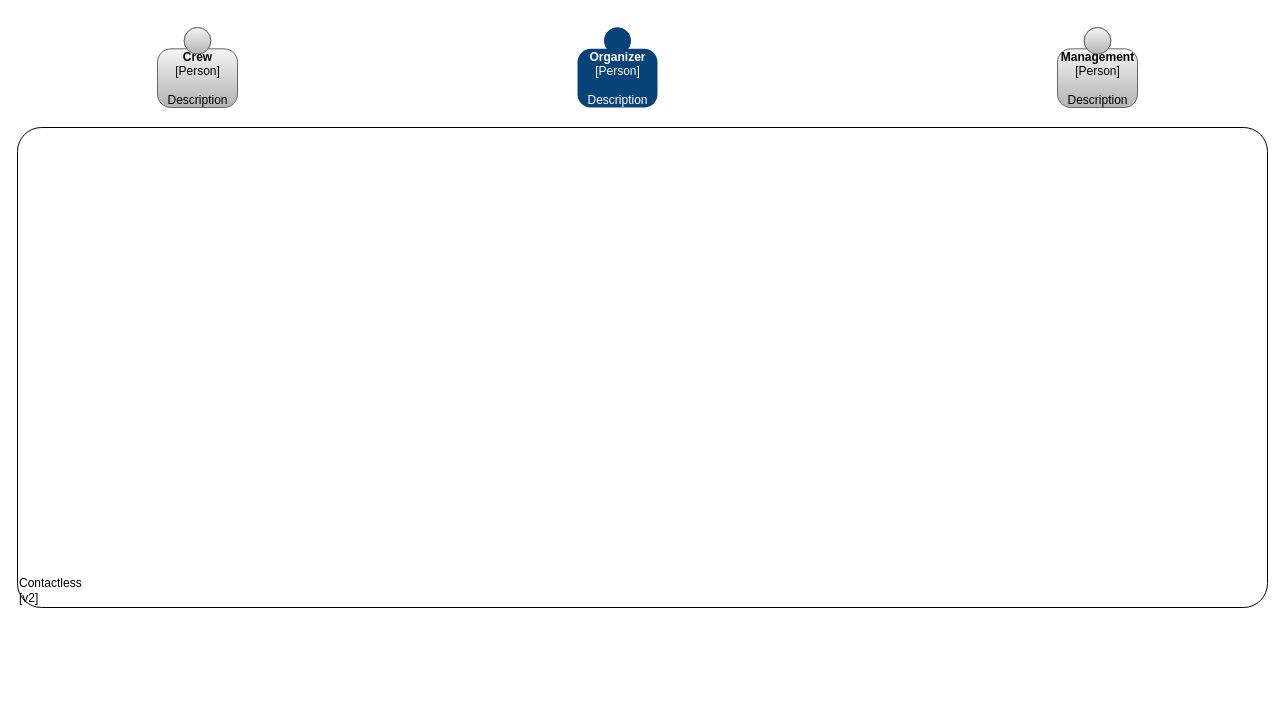
Before: Untitled Diagram.drawio in mbiomee/bshub, a draw.io diagram. Source tidied: cells renumbered, new cells numbered last; positions are measured from the earlier drawing's top-left corner, leaving out a move shared by most shapes. Both pictures are drawn from the tidied source at 100%, with x=0, y=0 at pixel (17, 27).
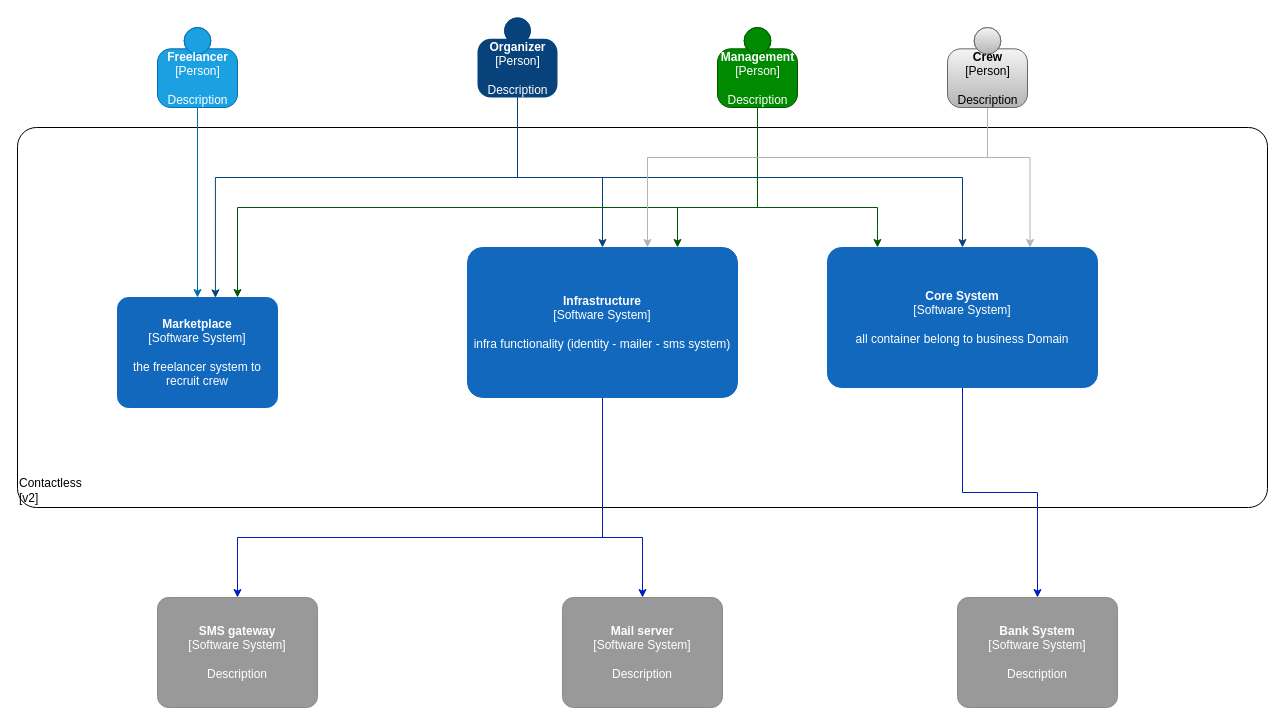
Above is the later version.

Diff of the diagram source:
```diff
@@
+    <object id="5" label="&lt;div style=&quot;text-align: left&quot;&gt;%c4Name%&lt;/div&gt;&lt;div style=&quot;text-align: left&quot;&gt;[%c4Application%]&lt;/div&gt;" c4Application="v2" c4Name="Contactless " placeholders="1">
+      <mxCell style="rounded=1;whiteSpace=wrap;html=1;labelBackgroundColor=none;fillColor=#ffffff;fontColor=#000000;align=left;arcSize=5;strokeColor=#000000;verticalAlign=bottom;metaData={&quot;c4Type&quot;:{&quot;editable&quot;:false}};" parent="1" vertex="1">
+        <mxGeometry y="100" width="1250" height="380" as="geometry" />
+      </mxCell>
+    </object>
+    <mxCell id="6" style="edgeStyle=orthogonalEdgeStyle;rounded=0;jettySize=auto;html=1;exitX=0.5;exitY=1;exitDx=0;exitDy=0;exitPerimeter=0;entryX=0.612;entryY=0.003;entryDx=0;entryDy=0;entryPerimeter=0;strokeColor=#08427B;" parent="1" edge="1" source="2" target="19">
+      <mxGeometry relative="1" as="geometry">
+        <Array as="points">
+          <mxPoint x="500" y="150" />
+          <mxPoint x="198" y="150" />
+        </Array>
+      </mxGeometry>
+    </mxCell>
+    <mxCell id="7" style="edgeStyle=orthogonalEdgeStyle;rounded=0;jettySize=auto;html=1;exitX=0.5;exitY=1;exitDx=0;exitDy=0;exitPerimeter=0;strokeColor=#08427B;" parent="1" edge="1" source="2" target="18">
+      <mxGeometry relative="1" as="geometry">
+        <Array as="points">
+          <mxPoint x="500" y="150" />
+          <mxPoint x="585" y="150" />
+        </Array>
+      </mxGeometry>
+    </mxCell>
+    <mxCell id="8" style="edgeStyle=orthogonalEdgeStyle;rounded=0;jettySize=auto;html=1;strokeColor=#08427B;" parent="1" edge="1" source="2" target="15">
+      <mxGeometry relative="1" as="geometry">
+        <Array as="points">
+          <mxPoint x="500" y="150" />
+          <mxPoint x="945" y="150" />
+        </Array>
+      </mxGeometry>
+    </mxCell>
     <object id="2" label="&lt;b&gt;%c4Name%&lt;/b&gt;&lt;div&gt;[%c4Type%]&lt;/div&gt;&lt;br&gt;&lt;div&gt;%c4Description%&lt;/div&gt;" c4Description="Description" c4Name="Organizer" c4Type="Person" placeholders="1">
       <mxCell style="html=1;dashed=0;whitespace=wrap;fillColor=#08427b;strokeColor=none;fontColor=#ffffff;shape=mxgraph.c4.person;align=center;points=[[0.5,0,0],[1,0.5,0],[1,0.75,0],[0.75,1,0],[0.5,1,0],[0.25,1,0],[0,0.75,0],[0,0.5,0]];metaData={&quot;c4Type&quot;:{&quot;editable&quot;:false}};" parent="1" vertex="1">
-        <mxGeometry x="560" width="80" height="80" as="geometry" />
+        <mxGeometry x="460" y="-10" width="80" height="80" as="geometry" />
       </mxCell>
     </object>
+    <mxCell id="9" style="edgeStyle=orthogonalEdgeStyle;rounded=0;jettySize=auto;html=1;strokeColor=#005700;fillColor=#008a00;" parent="1" edge="1" source="3" target="18">
+      <mxGeometry relative="1" as="geometry">
+        <Array as="points">
+          <mxPoint x="740" y="180" />
+          <mxPoint x="660" y="180" />
+        </Array>
+      </mxGeometry>
+    </mxCell>
+    <mxCell id="10" style="edgeStyle=orthogonalEdgeStyle;rounded=0;jettySize=auto;html=1;entryX=0.185;entryY=0;entryDx=0;entryDy=0;entryPerimeter=0;strokeColor=#005700;fillColor=#008a00;" parent="1" edge="1" source="3" target="15">
+      <mxGeometry relative="1" as="geometry">
+        <Array as="points">
+          <mxPoint x="740" y="180" />
+          <mxPoint x="860" y="180" />
+        </Array>
+      </mxGeometry>
+    </mxCell>
+    <mxCell id="11" style="edgeStyle=orthogonalEdgeStyle;rounded=0;jettySize=auto;html=1;entryX=0.75;entryY=0;entryDx=0;entryDy=0;entryPerimeter=0;strokeColor=#005700;fillColor=#008a00;" parent="1" edge="1" source="3" target="19">
+      <mxGeometry relative="1" as="geometry">
+        <Array as="points">
+          <mxPoint x="740" y="180" />
+          <mxPoint x="220" y="180" />
+        </Array>
+      </mxGeometry>
+    </mxCell>
     <object id="3" label="&lt;b&gt;%c4Name%&lt;/b&gt;&lt;div&gt;[%c4Type%]&lt;/div&gt;&lt;br&gt;&lt;div&gt;%c4Description%&lt;/div&gt;" c4Description="Description" c4Name="Management" c4Type="Person" placeholders="1">
-      <mxCell style="html=1;dashed=0;whitespace=wrap;shape=mxgraph.c4.person;align=center;points=[[0.5,0,0],[1,0.5,0],[1,0.75,0],[0.75,1,0],[0.5,1,0],[0.25,1,0],[0,0.75,0],[0,0.5,0]];metaData={&quot;c4Type&quot;:{&quot;editable&quot;:false}};fillColor=#f5f5f5;strokeColor=#666666;gradientColor=#b3b3b3;" parent="1" vertex="1">
-        <mxGeometry x="1040" width="80" height="80" as="geometry" />
+      <mxCell style="html=1;dashed=0;whitespace=wrap;shape=mxgraph.c4.person;align=center;points=[[0.5,0,0],[1,0.5,0],[1,0.75,0],[0.75,1,0],[0.5,1,0],[0.25,1,0],[0,0.75,0],[0,0.5,0]];metaData={&quot;c4Type&quot;:{&quot;editable&quot;:false}};fillColor=#008a00;strokeColor=#005700;fontColor=#ffffff;" parent="1" vertex="1">
+        <mxGeometry x="700" width="80" height="80" as="geometry" />
       </mxCell>
     </object>
+    <mxCell id="12" style="edgeStyle=orthogonalEdgeStyle;rounded=0;jettySize=auto;html=1;entryX=0.75;entryY=0;entryDx=0;entryDy=0;entryPerimeter=0;strokeColor=#B3B3B3;" parent="1" edge="1" source="4" target="15">
+      <mxGeometry relative="1" as="geometry">
+        <Array as="points">
+          <mxPoint x="970" y="130" />
+          <mxPoint x="1013" y="130" />
+        </Array>
+      </mxGeometry>
+    </mxCell>
+    <mxCell id="13" style="edgeStyle=orthogonalEdgeStyle;rounded=0;jettySize=auto;html=1;strokeColor=#B3B3B3;" parent="1" edge="1" source="4" target="18">
+      <mxGeometry relative="1" as="geometry">
+        <Array as="points">
+          <mxPoint x="970" y="130" />
+          <mxPoint x="630" y="130" />
+        </Array>
+      </mxGeometry>
+    </mxCell>
     <object id="4" label="&lt;b&gt;%c4Name%&lt;/b&gt;&lt;div&gt;[%c4Type%]&lt;/div&gt;&lt;br&gt;&lt;div&gt;%c4Description%&lt;/div&gt;" c4Description="Description" c4Name="Crew" c4Type="Person" placeholders="1">
       <mxCell style="html=1;dashed=0;whitespace=wrap;shape=mxgraph.c4.person;align=center;points=[[0.5,0,0],[1,0.5,0],[1,0.75,0],[0.75,1,0],[0.5,1,0],[0.25,1,0],[0,0.75,0],[0,0.5,0]];metaData={&quot;c4Type&quot;:{&quot;editable&quot;:false}};fillColor=#f5f5f5;strokeColor=#666666;gradientColor=#b3b3b3;" parent="1" vertex="1">
-        <mxGeometry x="140" width="80" height="80" as="geometry" />
+        <mxGeometry x="930" width="80" height="80" as="geometry" />
       </mxCell>
     </object>
-    <object id="5" label="&lt;div style=&quot;text-align: left&quot;&gt;%c4Name%&lt;/div&gt;&lt;div style=&quot;text-align: left&quot;&gt;[%c4Application%]&lt;/div&gt;" c4Application="v2" c4Name="Contactless " placeholders="1">
-      <mxCell style="rounded=1;whiteSpace=wrap;html=1;labelBackgroundColor=none;fillColor=#ffffff;fontColor=#000000;align=left;arcSize=5;strokeColor=#000000;verticalAlign=bottom;metaData={&quot;c4Type&quot;:{&quot;editable&quot;:false}};" parent="1" vertex="1">
-        <mxGeometry y="100" width="1250" height="480" as="geometry" />
-      </mxCell>
-    </object>
+    <mxCell id="14" style="edgeStyle=orthogonalEdgeStyle;rounded=0;jettySize=auto;html=1;entryX=0.5;entryY=0;entryDx=0;entryDy=0;entryPerimeter=0;strokeColor=#001DBC;fillColor=#0050ef;" parent="1" edge="1" source="15" target="20">
+      <mxGeometry relative="1" as="geometry" />
+    </mxCell>
+    <object id="15" label="&lt;b&gt;%c4Name%&lt;/b&gt;&lt;div&gt;[%c4Type%]&lt;/div&gt;&lt;br&gt;&lt;div&gt;%c4Description%&lt;/div&gt;" c4Description="all container belong to business Domain" c4Name="Core System" c4Type="Software System" placeholders="1">
+      <mxCell style="rounded=1;whiteSpace=wrap;html=1;labelBackgroundColor=none;fillColor=#1168BD;fontColor=#ffffff;align=center;arcSize=10;strokeColor=#1168BD;metaData={&quot;c4Type&quot;:{&quot;editable&quot;:false}};points=[[0.25,0,0],[0.5,0,0],[0.75,0,0],[1,0.25,0],[1,0.5,0],[1,0.75,0],[0.75,1,0],[0.5,1,0],[0.25,1,0],[0,0.75,0],[0,0.5,0],[0,0.25,0]];" parent="1" vertex="1">
+        <mxGeometry x="810" y="220" width="270" height="140" as="geometry" />
+      </mxCell>
+    </object>
+    <mxCell id="16" style="edgeStyle=orthogonalEdgeStyle;rounded=0;jettySize=auto;html=1;entryX=0.5;entryY=0;entryDx=0;entryDy=0;entryPerimeter=0;strokeColor=#001DBC;fillColor=#0050ef;" parent="1" edge="1" source="18" target="21">
+      <mxGeometry relative="1" as="geometry">
+        <Array as="points">
+          <mxPoint x="585" y="510" />
+          <mxPoint x="625" y="510" />
+        </Array>
+      </mxGeometry>
+    </mxCell>
+    <mxCell id="17" style="edgeStyle=orthogonalEdgeStyle;rounded=0;jettySize=auto;html=1;entryX=0.5;entryY=0;entryDx=0;entryDy=0;entryPerimeter=0;strokeColor=#001DBC;fillColor=#0050ef;" parent="1" edge="1" source="18" target="22">
+      <mxGeometry relative="1" as="geometry">
+        <Array as="points">
+          <mxPoint x="585" y="510" />
+          <mxPoint x="220" y="510" />
+        </Array>
+      </mxGeometry>
+    </mxCell>
+    <object id="18" label="&lt;b&gt;%c4Name%&lt;/b&gt;&lt;div&gt;[%c4Type%]&lt;/div&gt;&lt;br&gt;&lt;div&gt;%c4Description%&lt;/div&gt;" c4Description="infra functionality (identity - mailer - sms system)" c4Name="Infrastructure " c4Type="Software System" placeholders="1">
+      <mxCell style="rounded=1;whiteSpace=wrap;html=1;labelBackgroundColor=none;fillColor=#1168BD;fontColor=#ffffff;align=center;arcSize=10;strokeColor=#1168BD;metaData={&quot;c4Type&quot;:{&quot;editable&quot;:false}};points=[[0.25,0,0],[0.5,0,0],[0.75,0,0],[1,0.25,0],[1,0.5,0],[1,0.75,0],[0.75,1,0],[0.5,1,0],[0.25,1,0],[0,0.75,0],[0,0.5,0],[0,0.25,0]];" parent="1" vertex="1">
+        <mxGeometry x="450" y="220" width="270" height="150" as="geometry" />
+      </mxCell>
+    </object>
+    <object id="19" label="&lt;b&gt;%c4Name%&lt;/b&gt;&lt;div&gt;[%c4Type%]&lt;/div&gt;&lt;br&gt;&lt;div&gt;%c4Description%&lt;/div&gt;" c4Description="the freelancer system to recruit crew" c4Name="Marketplace" c4Type="Software System" placeholders="1">
+      <mxCell style="rounded=1;whiteSpace=wrap;html=1;labelBackgroundColor=none;fillColor=#1168BD;fontColor=#ffffff;align=center;arcSize=10;strokeColor=#1168BD;metaData={&quot;c4Type&quot;:{&quot;editable&quot;:false}};points=[[0.25,0,0],[0.5,0,0],[0.75,0,0],[1,0.25,0],[1,0.5,0],[1,0.75,0],[0.75,1,0],[0.5,1,0],[0.25,1,0],[0,0.75,0],[0,0.5,0],[0,0.25,0]];" parent="1" vertex="1">
+        <mxGeometry x="100" y="270" width="160" height="110" as="geometry" />
+      </mxCell>
+    </object>
+    <object id="20" label="&lt;b&gt;%c4Name%&lt;/b&gt;&lt;div&gt;[%c4Type%]&lt;/div&gt;&lt;br&gt;&lt;div&gt;%c4Description%&lt;/div&gt;" c4Description="Description" c4Name="Bank System" c4Type="Software System" placeholders="1">
+      <mxCell style="rounded=1;whiteSpace=wrap;html=1;labelBackgroundColor=none;fillColor=#999999;fontColor=#ffffff;align=center;arcSize=10;strokeColor=#8A8A8A;metaData={&quot;c4Type&quot;:{&quot;editable&quot;:false}};points=[[0.25,0,0],[0.5,0,0],[0.75,0,0],[1,0.25,0],[1,0.5,0],[1,0.75,0],[0.75,1,0],[0.5,1,0],[0.25,1,0],[0,0.75,0],[0,0.5,0],[0,0.25,0]];" parent="1" vertex="1">
+        <mxGeometry x="940" y="570" width="160" height="110" as="geometry" />
+      </mxCell>
+    </object>
+    <object id="21" label="&lt;b&gt;%c4Name%&lt;/b&gt;&lt;div&gt;[%c4Type%]&lt;/div&gt;&lt;br&gt;&lt;div&gt;%c4Description%&lt;/div&gt;" c4Description="Description" c4Name="Mail server" c4Type="Software System" placeholders="1">
+      <mxCell style="rounded=1;whiteSpace=wrap;html=1;labelBackgroundColor=none;fillColor=#999999;fontColor=#ffffff;align=center;arcSize=10;strokeColor=#8A8A8A;metaData={&quot;c4Type&quot;:{&quot;editable&quot;:false}};points=[[0.25,0,0],[0.5,0,0],[0.75,0,0],[1,0.25,0],[1,0.5,0],[1,0.75,0],[0.75,1,0],[0.5,1,0],[0.25,1,0],[0,0.75,0],[0,0.5,0],[0,0.25,0]];" parent="1" vertex="1">
+        <mxGeometry x="545" y="570" width="160" height="110" as="geometry" />
+      </mxCell>
+    </object>
+    <object id="22" label="&lt;b&gt;%c4Name%&lt;/b&gt;&lt;div&gt;[%c4Type%]&lt;/div&gt;&lt;br&gt;&lt;div&gt;%c4Description%&lt;/div&gt;" c4Description="Description" c4Name="SMS gateway" c4Type="Software System" placeholders="1">
+      <mxCell style="rounded=1;whiteSpace=wrap;html=1;labelBackgroundColor=none;fillColor=#999999;fontColor=#ffffff;align=center;arcSize=10;strokeColor=#8A8A8A;metaData={&quot;c4Type&quot;:{&quot;editable&quot;:false}};points=[[0.25,0,0],[0.5,0,0],[0.75,0,0],[1,0.25,0],[1,0.5,0],[1,0.75,0],[0.75,1,0],[0.5,1,0],[0.25,1,0],[0,0.75,0],[0,0.5,0],[0,0.25,0]];" parent="1" vertex="1">
+        <mxGeometry x="140" y="570" width="160" height="110" as="geometry" />
+      </mxCell>
+    </object>
+    <mxCell id="23" style="edgeStyle=orthogonalEdgeStyle;rounded=0;jettySize=auto;html=1;exitX=0.5;exitY=1;exitDx=0;exitDy=0;exitPerimeter=0;entryX=0.5;entryY=0;entryDx=0;entryDy=0;entryPerimeter=0;fillColor=#1ba1e2;strokeColor=#006EAF;" parent="1" edge="1" source="24" target="19">
+      <mxGeometry relative="1" as="geometry" />
+    </mxCell>
+    <object id="24" label="&lt;b&gt;%c4Name%&lt;/b&gt;&lt;div&gt;[%c4Type%]&lt;/div&gt;&lt;br&gt;&lt;div&gt;%c4Description%&lt;/div&gt;" c4Description="Description" c4Name="Freelancer" c4Type="Person" placeholders="1">
+      <mxCell style="html=1;dashed=0;whitespace=wrap;shape=mxgraph.c4.person;align=center;points=[[0.5,0,0],[1,0.5,0],[1,0.75,0],[0.75,1,0],[0.5,1,0],[0.25,1,0],[0,0.75,0],[0,0.5,0]];metaData={&quot;c4Type&quot;:{&quot;editable&quot;:false}};fillColor=#1ba1e2;strokeColor=#006EAF;fontColor=#ffffff;" parent="1" vertex="1">
+        <mxGeometry x="140" width="80" height="80" as="geometry" />
+      </mxCell>
+    </object>
```
